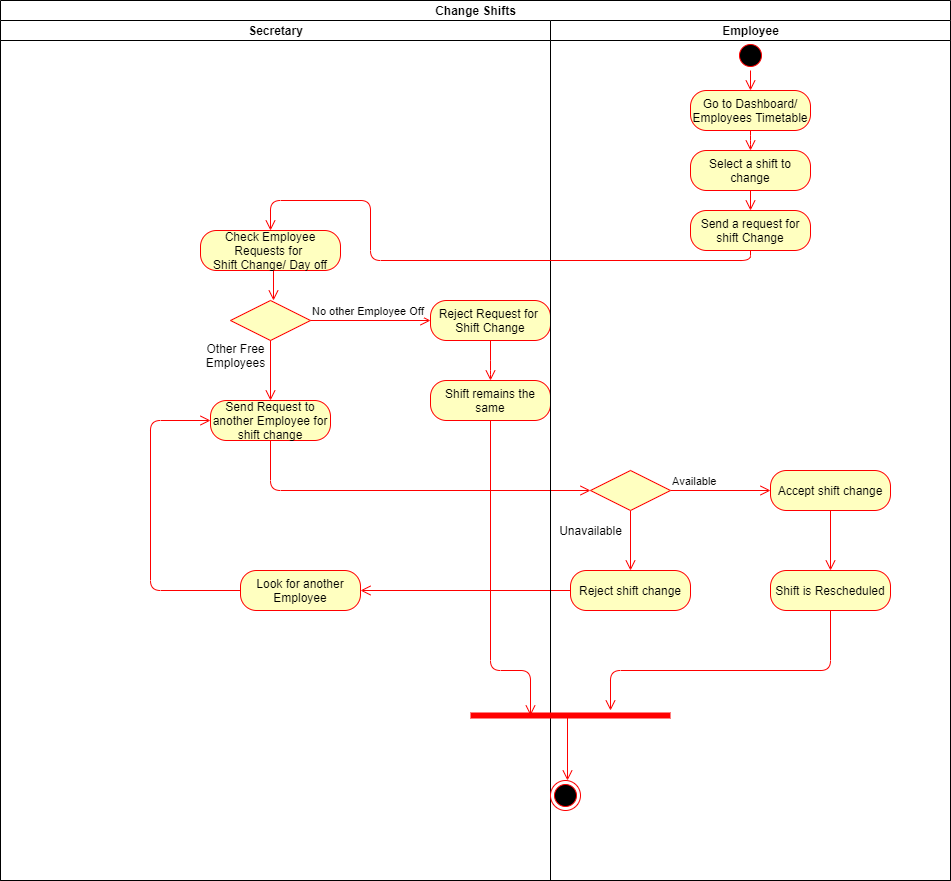
Before: Diagrams/AC Swimlane Diagrams/SL_14-5-16_Change Employee Shifts.png, a diagram exported from draw.io (kkasharaj17/SE-project). Source tidied: cells renumbered, new cells last; positions are measured from the earlier drawing's top-left corner, leaving out a move shared by most shapes.
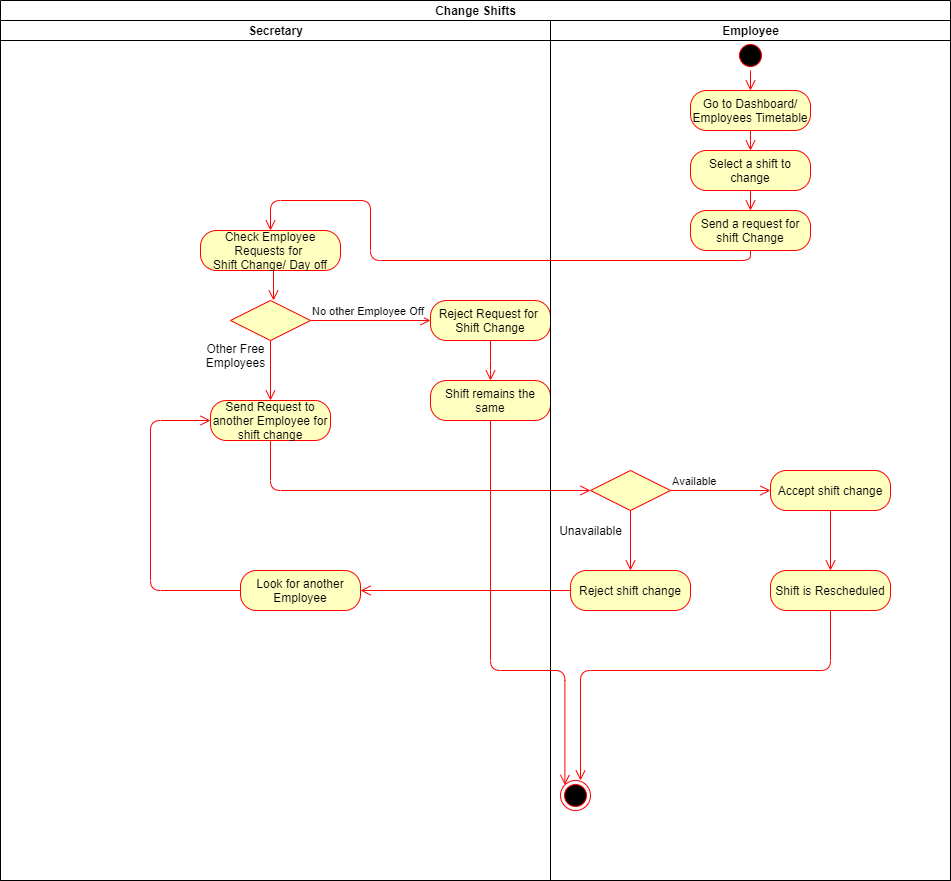
The same diagram one commit later.

What changed in the source:
```diff
@@ -61,6 +61,15 @@
     <mxCell id="16" style="edgeStyle=orthogonalEdgeStyle;html=1;verticalAlign=bottom;endArrow=open;endSize=8;strokeColor=#ff0000;entryX=0;entryY=0.5;entryDx=0;entryDy=0;exitX=0.5;exitY=1;exitDx=0;exitDy=0;" parent="2" edge="1" source="11" target="23">
       <mxGeometry relative="1" as="geometry" />
     </mxCell>
+    <mxCell id="35" style="edgeStyle=orthogonalEdgeStyle;html=1;verticalAlign=bottom;endArrow=open;endSize=8;strokeColor=#ff0000;" parent="2" edge="1" source="15">
+      <mxGeometry relative="1" as="geometry">
+        <mxPoint x="490" y="380" as="targetPoint" />
+        <Array as="points">
+          <mxPoint x="490" y="370" />
+          <mxPoint x="490" y="370" />
+        </Array>
+      </mxGeometry>
+    </mxCell>
     <mxCell id="17" value="Employee" style="swimlane;html=1;startSize=20;" parent="2" vertex="1">
       <mxGeometry x="550" y="20" width="400" height="860" as="geometry" />
     </mxCell>
@@ -71,11 +80,8 @@
       <mxGeometry x="-1" relative="1" as="geometry" />
     </mxCell>
     <mxCell id="20" style="ellipse;html=1;shape=endState;fillColor=#000000;strokeColor=#ff0000;" parent="17" vertex="1">
-      <mxGeometry y="760" width="30" height="30" as="geometry" />
+      <mxGeometry x="10" y="760" width="30" height="30" as="geometry" />
     </mxCell>
-    <mxCell id="21" style="shape=line;html=1;strokeWidth=6;strokeColor=#ff0000;" parent="17" vertex="1">
-      <mxGeometry x="-80" y="690" width="200" height="10" as="geometry" />
-    </mxCell>
     <mxCell id="22" value="Unavailable" style="text;html=1;align=center;verticalAlign=middle;" parent="17" vertex="1">
       <mxGeometry y="500" width="80" height="20" as="geometry" />
     </mxCell>
@@ -106,40 +112,24 @@
     <mxCell id="31" value="Shift is Rescheduled" style="rounded=1;whiteSpace=wrap;html=1;arcSize=40;fontColor=#000000;fillColor=#ffffc0;strokeColor=#ff0000;" parent="17" vertex="1">
       <mxGeometry x="220" y="550" width="120" height="40" as="geometry" />
     </mxCell>
-    <mxCell id="32" style="edgeStyle=orthogonalEdgeStyle;html=1;verticalAlign=bottom;endArrow=open;endSize=8;strokeColor=#ff0000;" parent="17" edge="1" source="31" target="21">
+    <mxCell id="32" style="edgeStyle=orthogonalEdgeStyle;html=1;verticalAlign=bottom;endArrow=open;endSize=8;strokeColor=#ff0000;" parent="17" edge="1" source="31">
       <mxGeometry relative="1" as="geometry">
+        <mxPoint x="30" y="760" as="targetPoint" />
         <Array as="points">
           <mxPoint x="280" y="650" />
-          <mxPoint x="60" y="650" />
+          <mxPoint x="30" y="650" />
+          <mxPoint x="30" y="760" />
         </Array>
       </mxGeometry>
     </mxCell>
-    <mxCell id="33" style="edgeStyle=orthogonalEdgeStyle;html=1;align=left;verticalAlign=top;endArrow=open;endSize=8;strokeColor=#ff0000;exitX=0.483;exitY=0.433;exitDx=0;exitDy=0;exitPerimeter=0;" parent="17" edge="1" source="21">
-      <mxGeometry x="-1" y="30" relative="1" as="geometry">
-        <mxPoint x="17" y="760" as="targetPoint" />
-        <Array as="points">
-          <mxPoint x="17" y="760" />
-        </Array>
-      </mxGeometry>
-    </mxCell>
     <mxCell id="34" style="edgeStyle=orthogonalEdgeStyle;html=1;verticalAlign=bottom;endArrow=open;endSize=8;strokeColor=#ff0000;" parent="17" edge="1" source="28" target="29">
       <mxGeometry relative="1" as="geometry" />
     </mxCell>
-    <mxCell id="35" style="edgeStyle=orthogonalEdgeStyle;html=1;verticalAlign=bottom;endArrow=open;endSize=8;strokeColor=#ff0000;" parent="2" edge="1" source="15">
-      <mxGeometry relative="1" as="geometry">
-        <mxPoint x="490" y="380" as="targetPoint" />
-        <Array as="points">
-          <mxPoint x="490" y="370" />
-          <mxPoint x="490" y="370" />
-        </Array>
-      </mxGeometry>
-    </mxCell>
-    <mxCell id="36" style="edgeStyle=orthogonalEdgeStyle;html=1;verticalAlign=bottom;endArrow=open;endSize=8;strokeColor=#ff0000;" parent="2" edge="1" source="14">
+    <mxCell id="36" style="edgeStyle=orthogonalEdgeStyle;html=1;verticalAlign=bottom;endArrow=open;endSize=8;strokeColor=#ff0000;entryX=0;entryY=0;entryDx=0;entryDy=0;" parent="2" edge="1" source="14" target="20">
       <mxGeometry relative="1" as="geometry">
-        <mxPoint x="530" y="715" as="targetPoint" />
         <Array as="points">
           <mxPoint x="490" y="670" />
-          <mxPoint x="530" y="670" />
+          <mxPoint x="564" y="670" />
         </Array>
       </mxGeometry>
     </mxCell>
```
